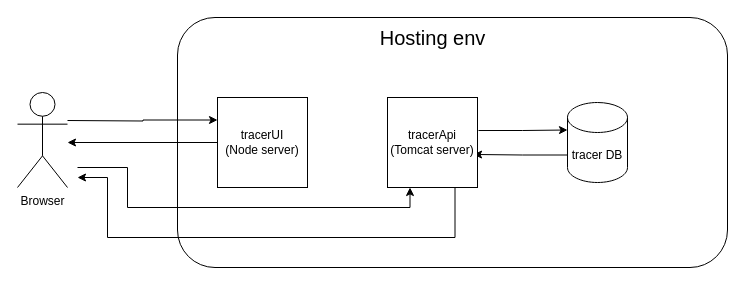
The draw.io diagram Untitled Diagram.drawio in sallan95/tracerDesign, before the edit. Source tidied: cells renumbered, new cells numbered last; positions are measured from the earlier drawing's top-left corner, leaving out a move shared by most shapes. Both pictures are drawn from the tidied source at 100%, with x=0, y=0 at pixel (17, 17).
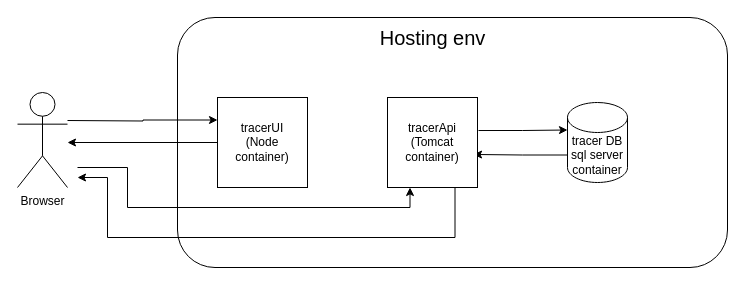
The same diagram, later.

Diff of the diagram source:
```diff
@@
 <mxGraphModel>
   <root>
     <mxCell id="0" />
     <mxCell id="1" parent="0" />
     <mxCell id="2" style="rounded=1;whiteSpace=wrap;html=1;" parent="1" vertex="1">
       <mxGeometry x="160" width="550" height="250" as="geometry" />
     </mxCell>
     <mxCell id="3" style="edgeStyle=orthogonalEdgeStyle;rounded=0;jettySize=auto;html=1;entryX=0;entryY=0.25;entryDx=0;entryDy=0;" parent="1" edge="1" target="9">
       <mxGeometry relative="1" as="geometry">
         <mxPoint x="50" y="103" as="sourcePoint" />
       </mxGeometry>
     </mxCell>
     <mxCell id="4" style="edgeStyle=orthogonalEdgeStyle;rounded=0;jettySize=auto;html=1;entryX=0.25;entryY=1;entryDx=0;entryDy=0;" parent="1" edge="1" target="12">
       <mxGeometry relative="1" as="geometry">
         <mxPoint x="60" y="150" as="sourcePoint" />
         <Array as="points">
           <mxPoint x="110" y="150" />
           <mxPoint x="110" y="190" />
           <mxPoint x="393" y="190" />
         </Array>
       </mxGeometry>
     </mxCell>
     <mxCell id="5" value="Browser" style="shape=umlActor;verticalLabelPosition=bottom;verticalAlign=top;html=1;" parent="1" vertex="1">
       <mxGeometry y="75" width="50" height="95" as="geometry" />
     </mxCell>
     <mxCell id="6" style="edgeStyle=orthogonalEdgeStyle;rounded=0;jettySize=auto;html=1;exitX=0;exitY=0;exitDx=0;exitDy=52.5;exitPerimeter=0;entryX=0.956;entryY=0.633;entryDx=0;entryDy=0;entryPerimeter=0;" parent="1" edge="1" source="7" target="12">
       <mxGeometry relative="1" as="geometry" />
     </mxCell>
-    <mxCell id="7" value="tracer DB" style="shape=cylinder3;whiteSpace=wrap;html=1;boundedLbl=1;backgroundOutline=1;size=15;" parent="1" vertex="1">
+    <mxCell id="7" value="tracer DB&lt;br&gt;sql server container" style="shape=cylinder3;whiteSpace=wrap;html=1;boundedLbl=1;backgroundOutline=1;size=15;" parent="1" vertex="1">
       <mxGeometry x="550" y="85" width="60" height="80" as="geometry" />
     </mxCell>
     <mxCell id="8" style="edgeStyle=orthogonalEdgeStyle;rounded=0;jettySize=auto;html=1;exitX=0;exitY=0.5;exitDx=0;exitDy=0;" parent="1" edge="1" source="9">
       <mxGeometry relative="1" as="geometry">
         <mxPoint x="50" y="125" as="targetPoint" />
       </mxGeometry>
     </mxCell>
-    <mxCell id="9" value="tracerUI&lt;br&gt;(Node server)" style="whiteSpace=wrap;html=1;" parent="1" vertex="1">
+    <mxCell id="9" value="tracerUI&lt;br&gt;(Node container)" style="whiteSpace=wrap;html=1;" parent="1" vertex="1">
       <mxGeometry x="200" y="80" width="90" height="90" as="geometry" />
     </mxCell>
     <mxCell id="10" style="edgeStyle=orthogonalEdgeStyle;rounded=0;jettySize=auto;html=1;exitX=0.75;exitY=1;exitDx=0;exitDy=0;" parent="1" edge="1" source="12">
       <mxGeometry relative="1" as="geometry">
         <mxPoint x="60" y="160" as="targetPoint" />
         <Array as="points">
           <mxPoint x="438" y="220" />
           <mxPoint x="90" y="220" />
           <mxPoint x="90" y="160" />
         </Array>
       </mxGeometry>
     </mxCell>
     <mxCell id="11" style="edgeStyle=orthogonalEdgeStyle;rounded=0;jettySize=auto;html=1;exitX=1.011;exitY=0.367;exitDx=0;exitDy=0;entryX=0;entryY=0;entryDx=0;entryDy=27.5;entryPerimeter=0;exitPerimeter=0;" parent="1" edge="1" source="12" target="7">
       <mxGeometry relative="1" as="geometry" />
     </mxCell>
-    <mxCell id="12" value="tracerApi&lt;br&gt;(Tomcat server)" style="whiteSpace=wrap;html=1;" parent="1" vertex="1">
+    <mxCell id="12" value="tracerApi&lt;br&gt;(Tomcat container)" style="whiteSpace=wrap;html=1;" parent="1" vertex="1">
       <mxGeometry x="370" y="80" width="90" height="90" as="geometry" />
     </mxCell>
     <mxCell id="13" value="&lt;font style=&quot;font-size: 20px&quot;&gt;Hosting env&lt;/font&gt;" style="text;html=1;align=center;verticalAlign=middle;fillColor=none;strokeColor=none;rounded=0;" parent="1" vertex="1">
       <mxGeometry x="355" y="10" width="120" height="20" as="geometry" />
     </mxCell>
   </root>
 </mxGraphModel>
```
